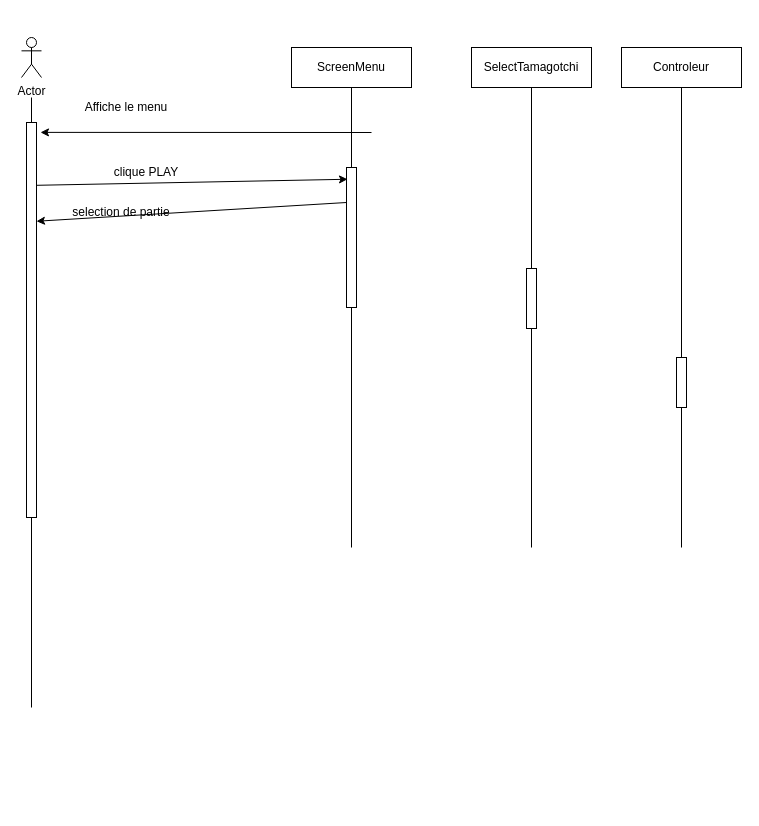
Before: page "Page-1" (1 of 3) of DiagrammeSequence.drawio in BMaurice56/Tamagotchi, a draw.io diagram. Source tidied: cells renumbered, new cells numbered last; positions are measured from the earlier drawing's top-left corner, leaving out a move shared by most shapes. Both pictures are drawn from the tidied source at 100%, with x=0, y=0 at pixel (21, 37).
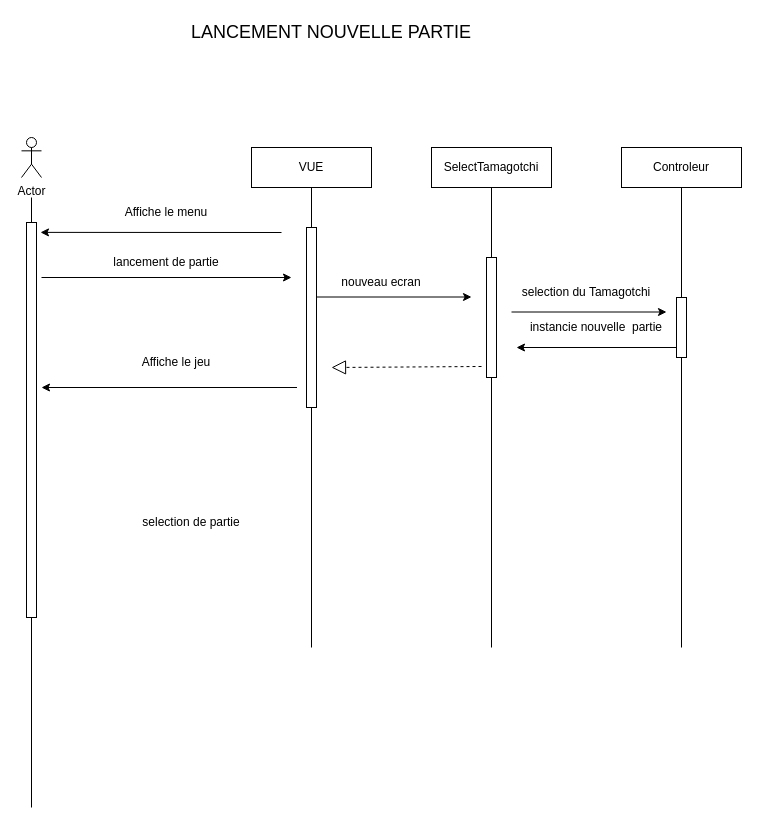
After the change.

Commit message:
Mettre à jour DiagrammeSequence.drawio

What changed in the source:
```diff
@@
     <mxCell id="2" value="Actor" style="shape=umlActor;verticalLabelPosition=bottom;verticalAlign=top;html=1;" parent="1" vertex="1">
-      <mxGeometry width="20" height="40" as="geometry" />
+      <mxGeometry y="100" width="20" height="40" as="geometry" />
     </mxCell>
     <mxCell id="3" style="endArrow=none;html=1;rounded=0;" parent="1" edge="1">
       <mxGeometry relative="1" as="geometry">
-        <mxPoint x="10" y="670" as="sourcePoint" />
-        <mxPoint x="10" y="60" as="targetPoint" />
+        <mxPoint x="10" y="770" as="sourcePoint" />
+        <mxPoint x="10" y="160" as="targetPoint" />
       </mxGeometry>
     </mxCell>
     <mxCell id="4" style="endArrow=none;html=1;rounded=0;" parent="1" edge="1" source="11">
       <mxGeometry relative="1" as="geometry">
-        <mxPoint x="330" y="50" as="targetPoint" />
+        <mxPoint x="290" y="150" as="targetPoint" />
       </mxGeometry>
     </mxCell>
-    <mxCell id="5" value="ScreenMenu" style="rounded=0;whiteSpace=wrap;html=1;" parent="1" vertex="1">
-      <mxGeometry x="270" y="10" width="120" height="40" as="geometry" />
+    <mxCell id="5" value="VUE" style="rounded=0;whiteSpace=wrap;html=1;" parent="1" vertex="1">
+      <mxGeometry x="230" y="110" width="120" height="40" as="geometry" />
     </mxCell>
-    <mxCell id="6" style="endArrow=classic;html=1;rounded=0;exitX=1;exitY=0.159;exitDx=0;exitDy=0;exitPerimeter=0;entryX=0.1;entryY=0.084;entryDx=0;entryDy=0;entryPerimeter=0;" parent="1" edge="1" source="15" target="11">
-      <mxGeometry relative="1" as="geometry" />
+    <mxCell id="6" style="endArrow=classic;html=1;rounded=0;" parent="1" edge="1">
+      <mxGeometry relative="1" as="geometry">
+        <mxPoint x="20" y="240" as="sourcePoint" />
+        <mxPoint x="270" y="240" as="targetPoint" />
+      </mxGeometry>
     </mxCell>
     <mxCell id="7" style="endArrow=classic;html=1;rounded=0;entryX=1.4;entryY=0.025;entryDx=0;entryDy=0;entryPerimeter=0;" parent="1" edge="1" target="15">
       <mxGeometry relative="1" as="geometry">
-        <mxPoint x="350" y="95" as="sourcePoint" />
+        <mxPoint x="260" y="195" as="sourcePoint" />
       </mxGeometry>
     </mxCell>
     <mxCell id="8" value="&lt;div align=&quot;center&quot;&gt;Affiche le menu&lt;br&gt;&lt;/div&gt;" style="text;html=1;strokeColor=none;fillColor=none;align=center;verticalAlign=middle;whiteSpace=wrap;rounded=0;" parent="1" vertex="1">
-      <mxGeometry x="30" y="55" width="150" height="30" as="geometry" />
+      <mxGeometry x="70" y="160" width="150" height="30" as="geometry" />
     </mxCell>
-    <mxCell id="9" value="&lt;div align=&quot;center&quot;&gt;clique PLAY&lt;/div&gt;" style="text;html=1;strokeColor=none;fillColor=none;align=center;verticalAlign=middle;whiteSpace=wrap;rounded=0;" parent="1" vertex="1">
-      <mxGeometry x="50" y="120" width="150" height="30" as="geometry" />
+    <mxCell id="9" value="lancement de partie" style="text;html=1;strokeColor=none;fillColor=none;align=center;verticalAlign=middle;whiteSpace=wrap;rounded=0;" parent="1" vertex="1">
+      <mxGeometry x="70" y="210" width="150" height="30" as="geometry" />
     </mxCell>
     <mxCell id="10" style="endArrow=none;html=1;rounded=0;" parent="1" edge="1" target="11">
       <mxGeometry relative="1" as="geometry">
-        <mxPoint x="330" y="510" as="sourcePoint" />
+        <mxPoint x="290" y="610" as="sourcePoint" />
       </mxGeometry>
     </mxCell>
     <mxCell id="11" style="rounded=0;whiteSpace=wrap;html=1;" parent="1" vertex="1">
-      <mxGeometry x="325" y="130" width="10" height="140" as="geometry" />
+      <mxGeometry x="285" y="190" width="10" height="180" as="geometry" />
     </mxCell>
     <mxCell id="12" value="&lt;div align=&quot;center&quot;&gt;selection de partie&lt;/div&gt;" style="text;html=1;strokeColor=none;fillColor=none;align=center;verticalAlign=middle;whiteSpace=wrap;rounded=0;" parent="1" vertex="1">
-      <mxGeometry x="20" y="160" width="160" height="30" as="geometry" />
+      <mxGeometry x="90" y="470" width="160" height="30" as="geometry" />
     </mxCell>
-    <mxCell id="13" style="endArrow=classic;html=1;rounded=0;entryX=1;entryY=0.25;entryDx=0;entryDy=0;exitX=0;exitY=0.25;exitDx=0;exitDy=0;" parent="1" edge="1" source="11" target="15">
-      <mxGeometry relative="1" as="geometry" />
-    </mxCell>
     <mxCell id="14" style="endArrow=classic;html=1;rounded=0;" parent="1" edge="1" target="15">
       <mxGeometry relative="1" as="geometry">
-        <mxPoint x="10" y="149.5" as="sourcePoint" />
+        <mxPoint x="10" y="249.5" as="sourcePoint" />
       </mxGeometry>
     </mxCell>
     <mxCell id="15" style="rounded=0;whiteSpace=wrap;html=1;" parent="1" vertex="1">
-      <mxGeometry x="5" y="85" width="10" height="395" as="geometry" />
+      <mxGeometry x="5" y="185" width="10" height="395" as="geometry" />
     </mxCell>
     <mxCell id="16" style="endArrow=none;html=1;rounded=0;" parent="1" edge="1" source="19">
       <mxGeometry relative="1" as="geometry">
-        <mxPoint x="510" y="50" as="targetPoint" />
+        <mxPoint x="470" y="150" as="targetPoint" />
       </mxGeometry>
     </mxCell>
     <mxCell id="17" value="SelectTamagotchi" style="rounded=0;whiteSpace=wrap;html=1;" parent="1" vertex="1">
-      <mxGeometry x="450" y="10" width="120" height="40" as="geometry" />
+      <mxGeometry x="410" y="110" width="120" height="40" as="geometry" />
     </mxCell>
     <mxCell id="18" style="endArrow=none;html=1;rounded=0;" parent="1" edge="1" target="19">
       <mxGeometry relative="1" as="geometry">
-        <mxPoint x="510" y="510" as="sourcePoint" />
+        <mxPoint x="470" y="610" as="sourcePoint" />
       </mxGeometry>
     </mxCell>
     <mxCell id="19" style="rounded=0;whiteSpace=wrap;html=1;" parent="1" vertex="1">
-      <mxGeometry x="505" y="231" width="10" height="60" as="geometry" />
+      <mxGeometry x="465" y="220" width="10" height="120" as="geometry" />
     </mxCell>
     <mxCell id="20" style="endArrow=none;html=1;rounded=0;" parent="1" edge="1" source="23">
       <mxGeometry relative="1" as="geometry">
-        <mxPoint x="660" y="50" as="targetPoint" />
+        <mxPoint x="660" y="150" as="targetPoint" />
       </mxGeometry>
     </mxCell>
     <mxCell id="21" value="Controleur" style="rounded=0;whiteSpace=wrap;html=1;" parent="1" vertex="1">
-      <mxGeometry x="600" y="10" width="120" height="40" as="geometry" />
+      <mxGeometry x="600" y="110" width="120" height="40" as="geometry" />
     </mxCell>
     <mxCell id="22" style="endArrow=none;html=1;rounded=0;" parent="1" edge="1" target="23">
       <mxGeometry relative="1" as="geometry">
-        <mxPoint x="660" y="510" as="sourcePoint" />
+        <mxPoint x="660" y="610" as="sourcePoint" />
       </mxGeometry>
     </mxCell>
     <mxCell id="23" style="rounded=0;whiteSpace=wrap;html=1;" parent="1" vertex="1">
-      <mxGeometry x="655" y="320" width="10" height="50" as="geometry" />
+      <mxGeometry x="655" y="260" width="10" height="60" as="geometry" />
     </mxCell>
@@
+    <mxCell id="25" style="endArrow=classic;html=1;rounded=0;" parent="1" edge="1">
+      <mxGeometry relative="1" as="geometry">
+        <mxPoint x="295" y="259.5" as="sourcePoint" />
+        <mxPoint x="450" y="259.5" as="targetPoint" />
+      </mxGeometry>
+    </mxCell>
+    <mxCell id="26" value="selection du Tamagotchi" style="text;html=1;strokeColor=none;fillColor=none;align=center;verticalAlign=middle;whiteSpace=wrap;rounded=0;" parent="1" vertex="1">
+      <mxGeometry x="490" y="240" width="150" height="30" as="geometry" />
+    </mxCell>
+    <mxCell id="27" style="endArrow=classic;html=1;rounded=0;" parent="1" edge="1">
+      <mxGeometry relative="1" as="geometry">
+        <mxPoint x="490" y="274.5" as="sourcePoint" />
+        <mxPoint x="645" y="274.5" as="targetPoint" />
+      </mxGeometry>
+    </mxCell>
+    <mxCell id="28" value="nouveau ecran" style="text;html=1;strokeColor=none;fillColor=none;align=center;verticalAlign=middle;whiteSpace=wrap;rounded=0;" parent="1" vertex="1">
+      <mxGeometry x="285" y="230" width="150" height="30" as="geometry" />
+    </mxCell>
+    <mxCell id="29" style="endArrow=classic;html=1;rounded=0;" parent="1" edge="1">
+      <mxGeometry relative="1" as="geometry">
+        <mxPoint x="655" y="310" as="sourcePoint" />
+        <mxPoint x="495" y="310" as="targetPoint" />
+      </mxGeometry>
+    </mxCell>
+    <mxCell id="30" value="instancie nouvelle&amp;nbsp; partie" style="text;html=1;strokeColor=none;fillColor=none;align=center;verticalAlign=middle;whiteSpace=wrap;rounded=0;" parent="1" vertex="1">
+      <mxGeometry x="500" y="275" width="150" height="30" as="geometry" />
+    </mxCell>
+    <mxCell id="31" style="endArrow=block;dashed=1;endFill=0;endSize=12;html=1;rounded=0;" parent="1" edge="1">
+      <mxGeometry relative="1" as="geometry">
+        <mxPoint x="460" y="329" as="sourcePoint" />
+        <mxPoint x="310" y="330" as="targetPoint" />
+      </mxGeometry>
+    </mxCell>
+    <mxCell id="32" value="&lt;div align=&quot;center&quot;&gt;Affiche le jeu&lt;br&gt;&lt;/div&gt;" style="text;html=1;strokeColor=none;fillColor=none;align=center;verticalAlign=middle;whiteSpace=wrap;rounded=0;" parent="1" vertex="1">
+      <mxGeometry x="80" y="310" width="150" height="30" as="geometry" />
+    </mxCell>
+    <mxCell id="33" style="endArrow=classic;html=1;rounded=0;" parent="1" edge="1">
+      <mxGeometry relative="1" as="geometry">
+        <mxPoint x="275.5" y="350" as="sourcePoint" />
+        <mxPoint x="20" y="350" as="targetPoint" />
+      </mxGeometry>
+    </mxCell>
+    <mxCell id="34" value="LANCEMENT NOUVELLE PARTIE" style="text;html=1;strokeColor=none;fillColor=none;align=center;verticalAlign=middle;whiteSpace=wrap;rounded=0;fontSize=18;" parent="1" vertex="1">
+      <mxGeometry x="160" y="-20" width="300" height="30" as="geometry" />
+    </mxCell>
```
